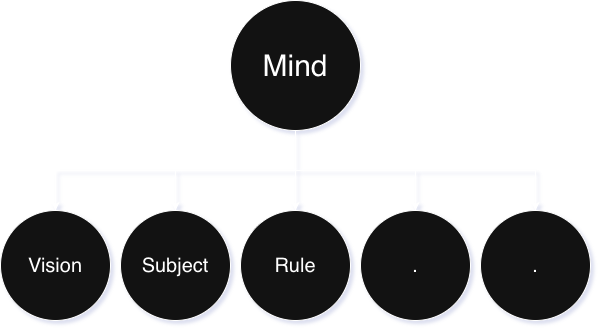
The draw.io diagram design/mind.png in kashanimorteza/economy_document, before a commit. Source tidied: cells renumbered, new cells last; positions are measured from the earlier drawing's top-left corner, leaving out a move shared by most shapes.
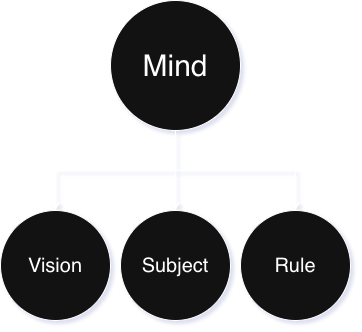
Later version of the same file.

The edit, as a diff of the source:
```diff
@@ -2,21 +2,9 @@
   <root>
     <mxCell id="0" />
     <mxCell id="1" parent="0" />
-    <mxCell id="2" style="edgeStyle=orthogonalEdgeStyle;rounded=0;jettySize=auto;html=1;exitX=0.5;exitY=1;exitDx=0;exitDy=0;" parent="1" edge="1" source="4" target="5">
-      <mxGeometry relative="1" as="geometry" />
-    </mxCell>
-    <mxCell id="3" style="edgeStyle=orthogonalEdgeStyle;rounded=0;jettySize=auto;html=1;strokeColor=default;align=center;verticalAlign=middle;fontFamily=Helvetica;fontSize=11;fontColor=default;labelBackgroundColor=default;endArrow=classic;exitX=0.5;exitY=1;exitDx=0;exitDy=0;" parent="1" edge="1" source="4" target="6">
-      <mxGeometry relative="1" as="geometry" />
-    </mxCell>
     <mxCell id="4" value="&lt;font style=&quot;font-size: 30px;&quot;&gt;Mind&lt;/font&gt;" style="ellipse;whiteSpace=wrap;html=1;" parent="1" vertex="1">
-      <mxGeometry x="230" width="130" height="130" as="geometry" />
+      <mxGeometry x="110" width="130" height="130" as="geometry" />
     </mxCell>
-    <mxCell id="5" value="." style="ellipse;whiteSpace=wrap;html=1;fontSize=20;" parent="1" vertex="1">
-      <mxGeometry x="360" y="210" width="110" height="110" as="geometry" />
-    </mxCell>
-    <mxCell id="6" value="." style="ellipse;whiteSpace=wrap;html=1;strokeColor=default;align=center;verticalAlign=middle;fontFamily=Helvetica;fontSize=20;fontColor=default;fillColor=default;" parent="1" vertex="1">
-      <mxGeometry x="480" y="210" width="110" height="110" as="geometry" />
-    </mxCell>
     <mxCell id="7" value="Rule" style="ellipse;whiteSpace=wrap;html=1;fontSize=20;" parent="1" vertex="1">
       <mxGeometry x="240" y="210" width="110" height="110" as="geometry" />
     </mxCell>
```
